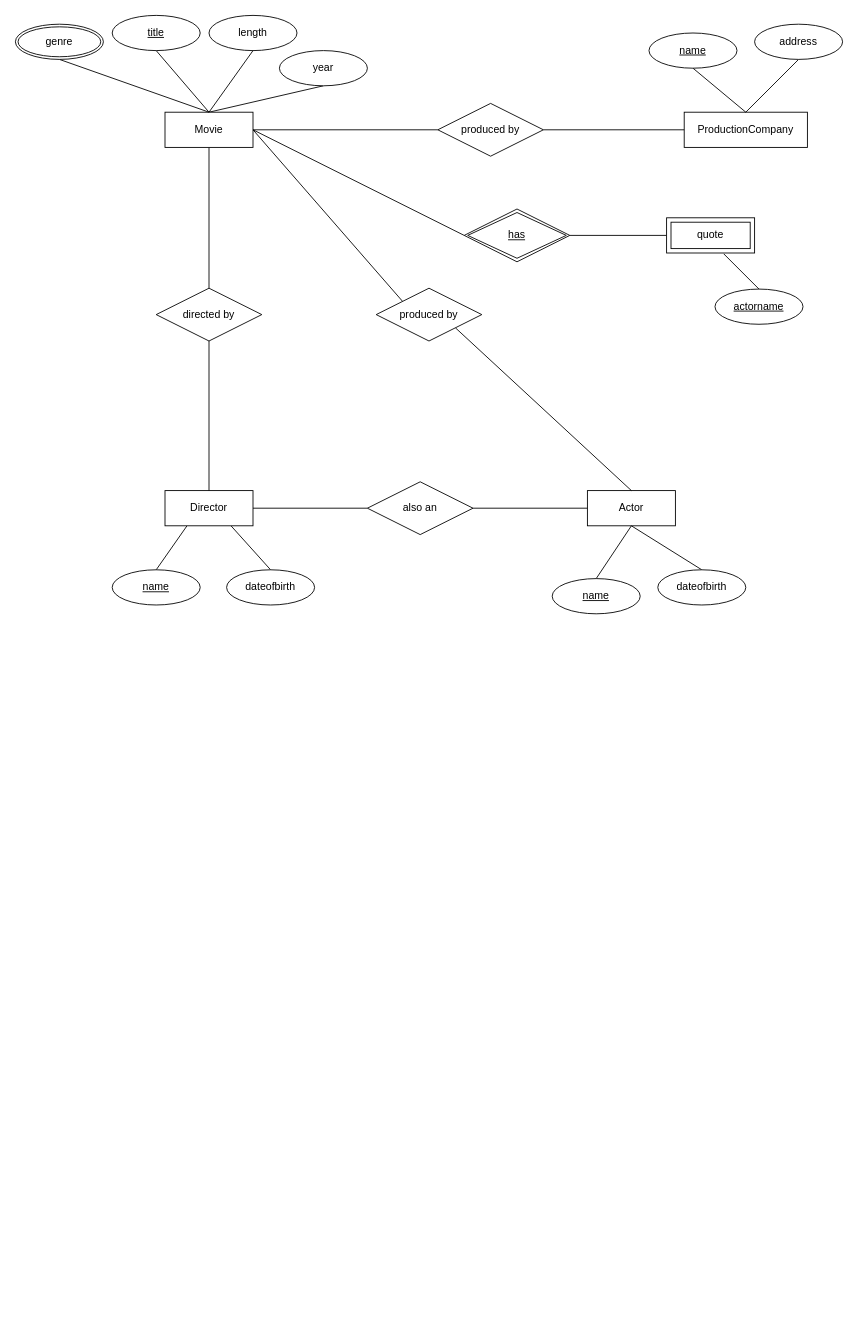
Before: Untitled Diagram.drawio in genmancoder/systems-diagrams, a draw.io diagram. Source tidied: cells renumbered, new cells numbered last; positions are measured from the earlier drawing's top-left corner, leaving out a move shared by most shapes. Both pictures are drawn from the tidied source at 88%, with x=0, y=0 at pixel (15, 15).
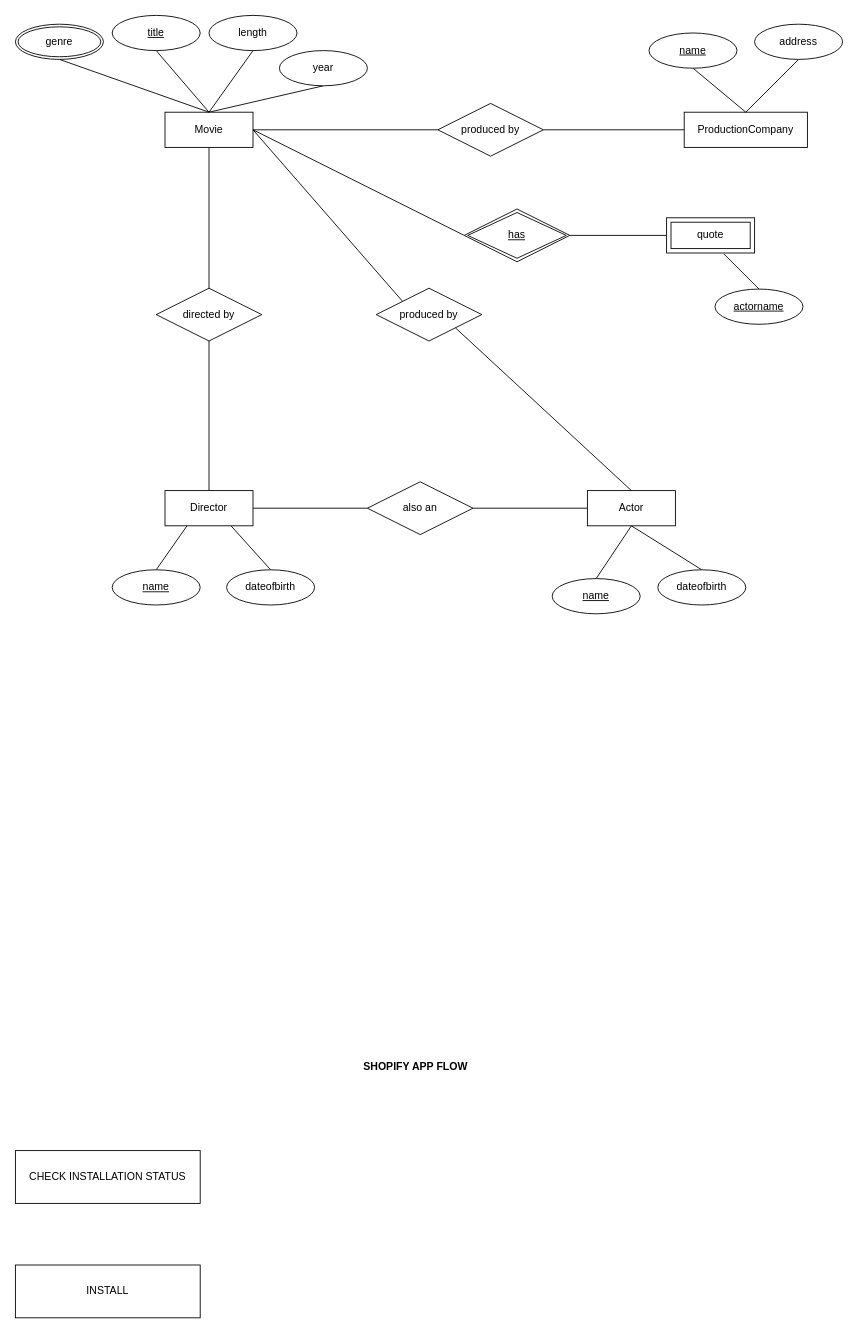
The same diagram, later.

The edit, as a diff of the source:
```diff
@@
+    <mxCell id="44" value="SHOPIFY APP FLOW" style="text;html=1;strokeColor=none;fillColor=none;align=center;verticalAlign=middle;whiteSpace=wrap;rounded=0;fontStyle=1;" parent="1" vertex="1">
+      <mxGeometry x="370" y="1180" width="170" height="30" as="geometry" />
+    </mxCell>
+    <mxCell id="45" value="CHECK INSTALLATION STATUS" style="rounded=0;whiteSpace=wrap;html=1;" parent="1" vertex="1">
+      <mxGeometry y="1290" width="210" height="60" as="geometry" />
+    </mxCell>
+    <mxCell id="46" value="INSTALL" style="rounded=0;whiteSpace=wrap;html=1;" parent="1" vertex="1">
+      <mxGeometry y="1420" width="210" height="60" as="geometry" />
+    </mxCell>
```
